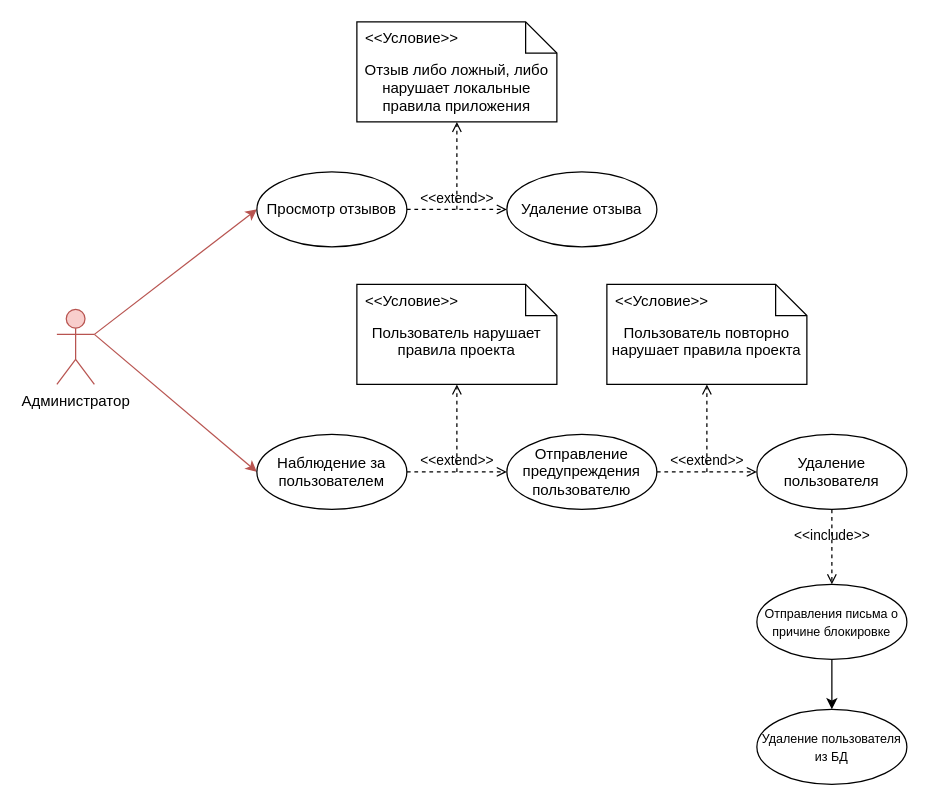
Earlier version of the draw.io diagram page "Администрирование" (8 of 9) of system.drawio (EugeNATOR/AurAudio). Source tidied: cells renumbered, new cells numbered last; positions are measured from the earlier drawing's top-left corner, leaving out a move shared by most shapes. Both pictures are drawn from the tidied source at 125%, with x=0, y=0 at pixel (56, 21).
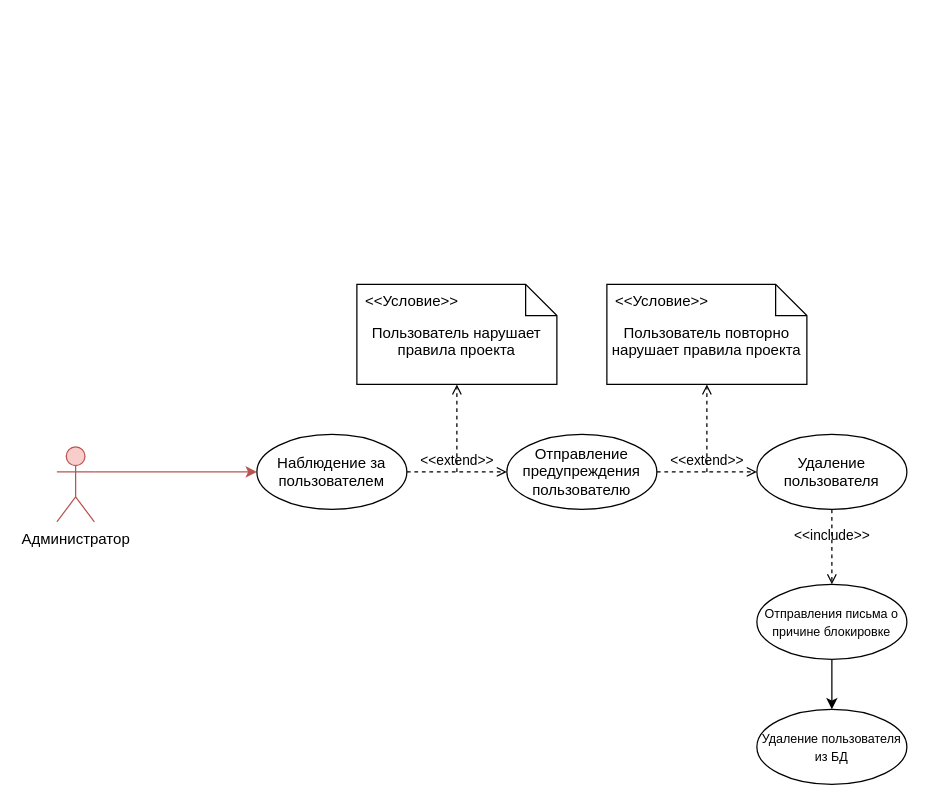
The same page after the edit.

What changed in the source:
```diff
@@
-    <mxCell id="2" style="rounded=0;jettySize=auto;html=1;exitX=1;exitY=0.3333333333333333;exitDx=0;exitDy=0;exitPerimeter=0;entryX=0;entryY=0.5;entryDx=0;entryDy=0;fillColor=#f8cecc;strokeColor=#b85450;" parent="1" edge="1" source="4" target="5">
-      <mxGeometry relative="1" as="geometry" />
-    </mxCell>
@@
     <mxCell id="4" value="Администратор" style="shape=umlActor;verticalLabelPosition=bottom;verticalAlign=top;html=1;fillColor=#f8cecc;strokeColor=#b85450;" parent="1" vertex="1">
-      <mxGeometry y="230" width="30" height="60" as="geometry" />
+      <mxGeometry y="340" width="30" height="60" as="geometry" />
     </mxCell>
-    <mxCell id="5" value="Просмотр отзывов" style="ellipse;html=1;whiteSpace=wrap;" parent="1" vertex="1">
-      <mxGeometry x="160" y="120" width="120" height="60" as="geometry" />
-    </mxCell>
-    <mxCell id="6" value="Удаление отзыва" style="ellipse;html=1;whiteSpace=wrap;" parent="1" vertex="1">
-      <mxGeometry x="360" y="120" width="120" height="60" as="geometry" />
-    </mxCell>
-    <mxCell id="7" value="&amp;lt;&amp;lt;extend&amp;gt;&amp;gt;" style="html=1;verticalAlign=bottom;labelBackgroundColor=none;endArrow=open;endFill=0;dashed=1;rounded=0;exitX=1;exitY=0.5;exitDx=0;exitDy=0;entryX=0;entryY=0.5;entryDx=0;entryDy=0;" parent="1" edge="1" source="5" target="6">
-      <mxGeometry relative="1" as="geometry" />
-    </mxCell>
-    <mxCell id="8" style="html=1;verticalAlign=bottom;labelBackgroundColor=none;endArrow=open;endFill=0;dashed=1;rounded=0;" parent="1" edge="1">
-      <mxGeometry relative="1" as="geometry">
-        <mxPoint x="320" y="150" as="sourcePoint" />
-        <mxPoint x="320" y="80" as="targetPoint" />
-      </mxGeometry>
-    </mxCell>
-    <mxCell id="9" value="Отзыв либо ложный, либо нарушает локальные правила приложения" style="shape=note2;boundedLbl=1;whiteSpace=wrap;html=1;size=25;verticalAlign=top;align=center;" parent="1" vertex="1">
-      <mxGeometry x="240" width="160" height="80" as="geometry" />
-    </mxCell>
-    <mxCell id="10" value="&lt;&lt;Условие&gt;&gt;" style="strokeColor=none;fillColor=none;align=left;spacingLeft=5;" parent="9" vertex="1">
-      <mxGeometry width="160" height="25" relative="1" as="geometry" />
-    </mxCell>
```
